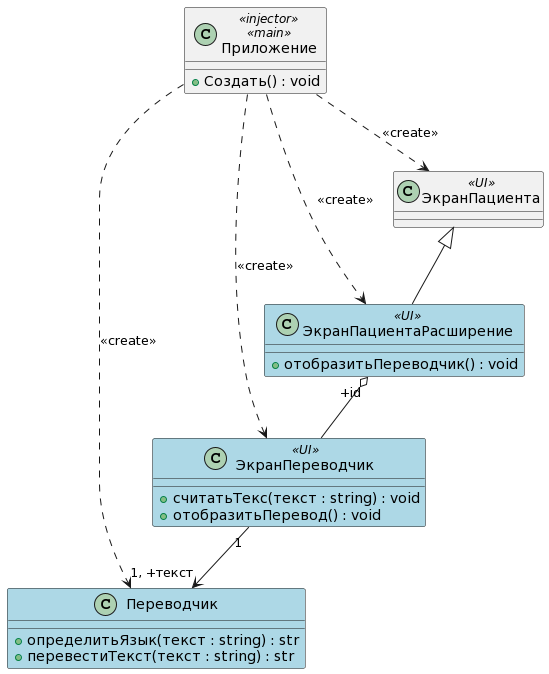
Earlier version of the PlantUML export diagrams/uml_class_ext3.png (fcumay/Hospital-app-model.-OnTime). The source it was exported from:
```plantuml
@startuml
class Приложение <<injector>>, <<main>>
{
+Создать() : void
}

Приложение ..> ЭкранПациентаРасширение : <<create>>
Приложение ..> Переводчик : <<create>>
Приложение ..> ЭкранПереводчик : <<create>>
Приложение ..> ЭкранПациента : <<create>>

class ЭкранПациента <<UI>>
{
}

class ЭкранПациентаРасширение <<UI>> #back:lightblue
{
+отобразитьПереводчик() : void
}
ЭкранПациентаРасширение "+id" o-- ЭкранПереводчик
ЭкранПациента <|-- ЭкранПациентаРасширение

class ЭкранПереводчик <<UI>> #back:lightblue
{
+считатьТекс(текст : string) : void
+отобразитьПеревод() : void
}
ЭкранПереводчик "1" --> "1, +текст" Переводчик

class Переводчик #back:lightblue
{
+определитьЯзык(текст : string) : str
+перевестиТекст(текст : string) : str
}
@enduml
```
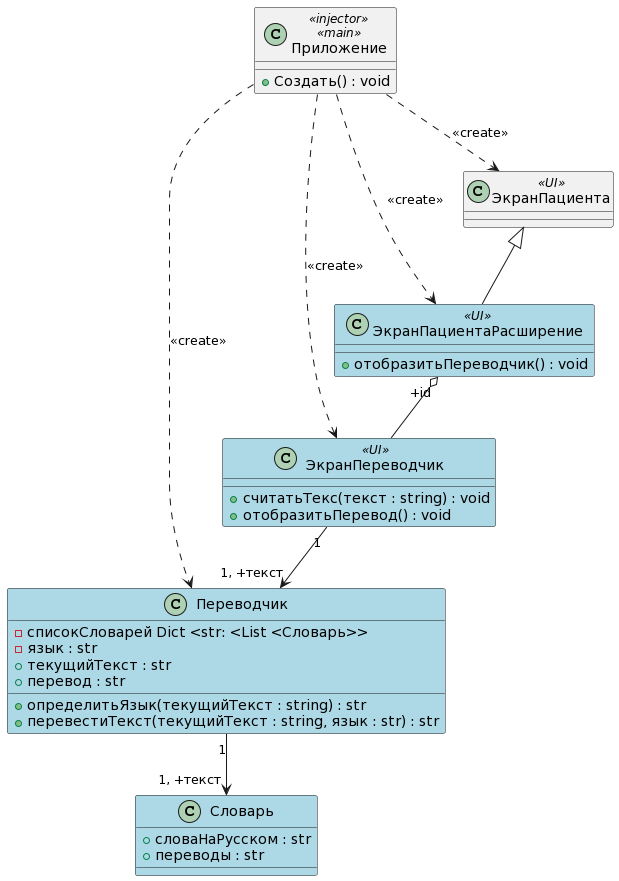
After the commit.

Diff of the diagram source:
```diff
@@ -29,7 +29,19 @@
 
 class Переводчик #back:lightblue
 {
-+определитьЯзык(текст : string) : str
-+перевестиТекст(текст : string) : str
+-списокСловарей Dict <str: <List <Словарь>>
+-язык : str
++текущийТекст : str
++перевод : str
+
++определитьЯзык(текущийТекст : string) : str
++перевестиТекст(текущийТекст : string, язык : str) : str
 }
+
+class Словарь #back:lightblue
+{
++словаНаРусском : str
++переводы : str
+}
+Переводчик "1" --> "1, +текст" Словарь
 @enduml
```
